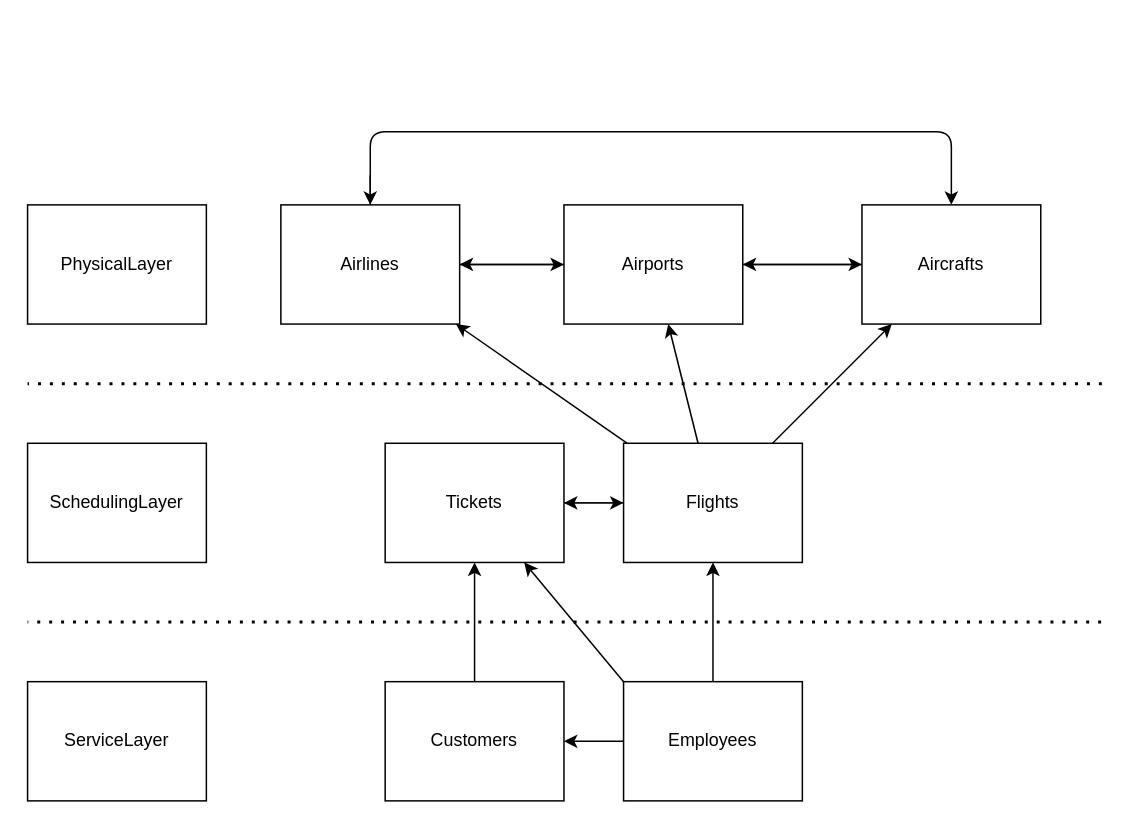
kyle4036/DatabaseManagement2026Project1 keeps this draw.io diagram as page "InitialConnections" (1 of 7) of ERDiagram.drawio. Above is the earlier version. Source tidied: cells renumbered, new cells numbered last; positions are measured from the earlier drawing's top-left corner, leaving out a move shared by most shapes. Both pictures are drawn from the tidied source at 149%, with x=0, y=0 at pixel (27, 131).
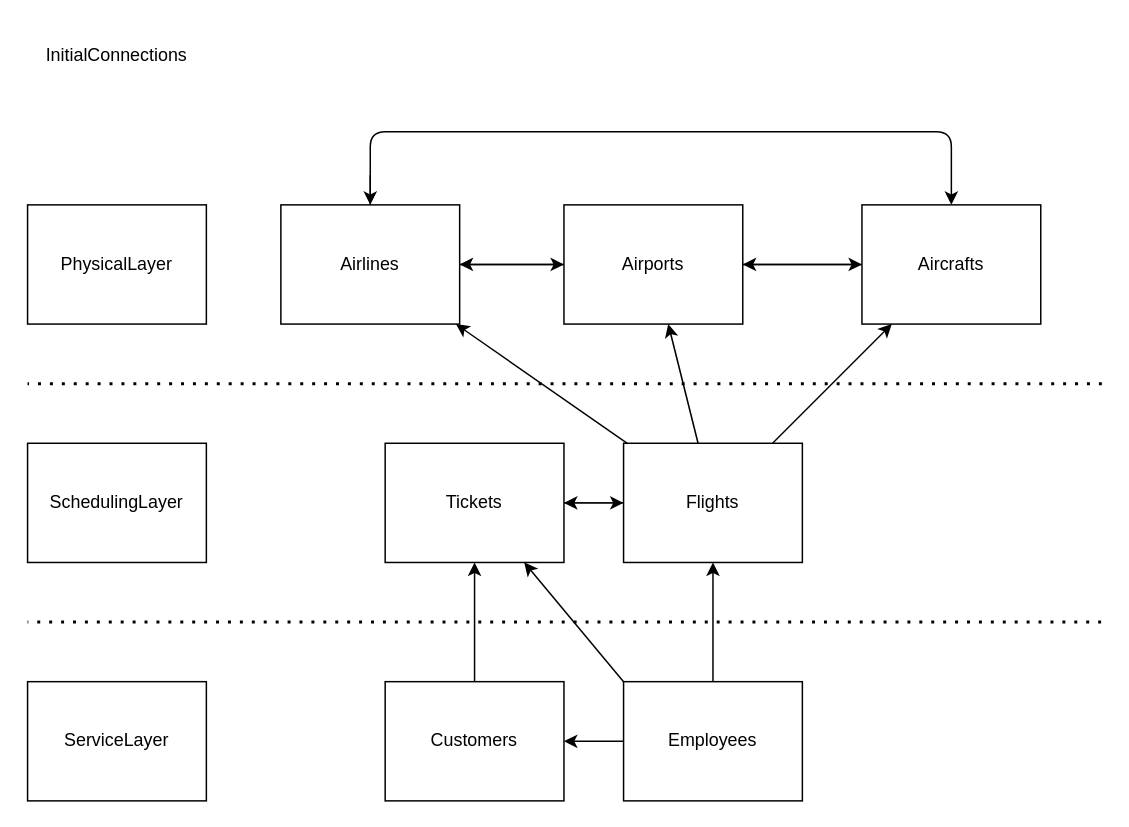
After the change.

The edit, as a diff of the source:
```diff
@@
+    <mxCell id="29" value="InitialConnections" style="text;html=1;whiteSpace=wrap;strokeColor=none;fillColor=none;align=center;verticalAlign=middle;rounded=0;" parent="1" vertex="1">
+      <mxGeometry y="-71" width="120" height="40" as="geometry" />
+    </mxCell>
```
